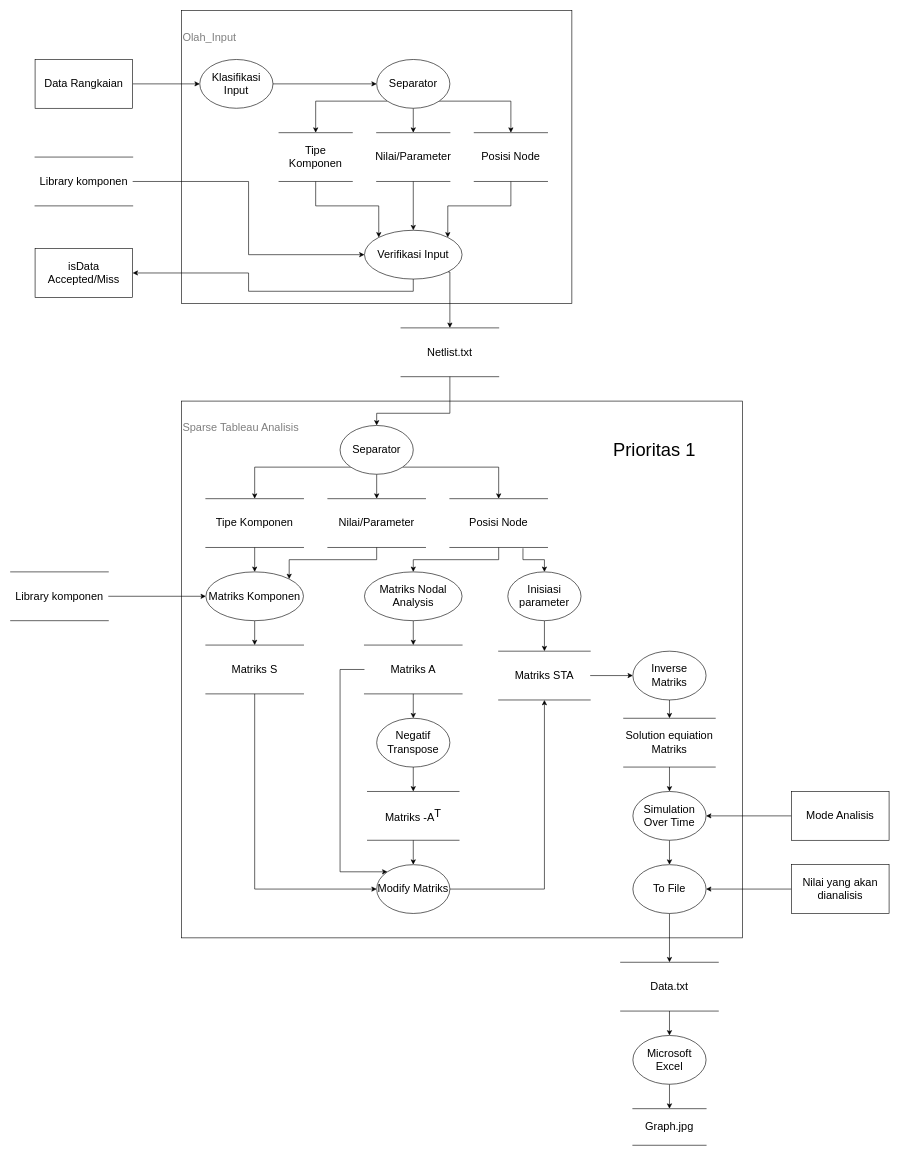
Lucranix28/TugasBesarPMC-LTSpice keeps this draw.io diagram as page "Level_1" (2 of 3) of Data Flow Diagram.drawio. Above is the earlier version. Source tidied: cells renumbered, new cells numbered last; positions are measured from the earlier drawing's top-left corner, leaving out a move shared by most shapes. Both pictures are drawn from the tidied source at 61%, with x=0, y=0 at pixel (10, 10).
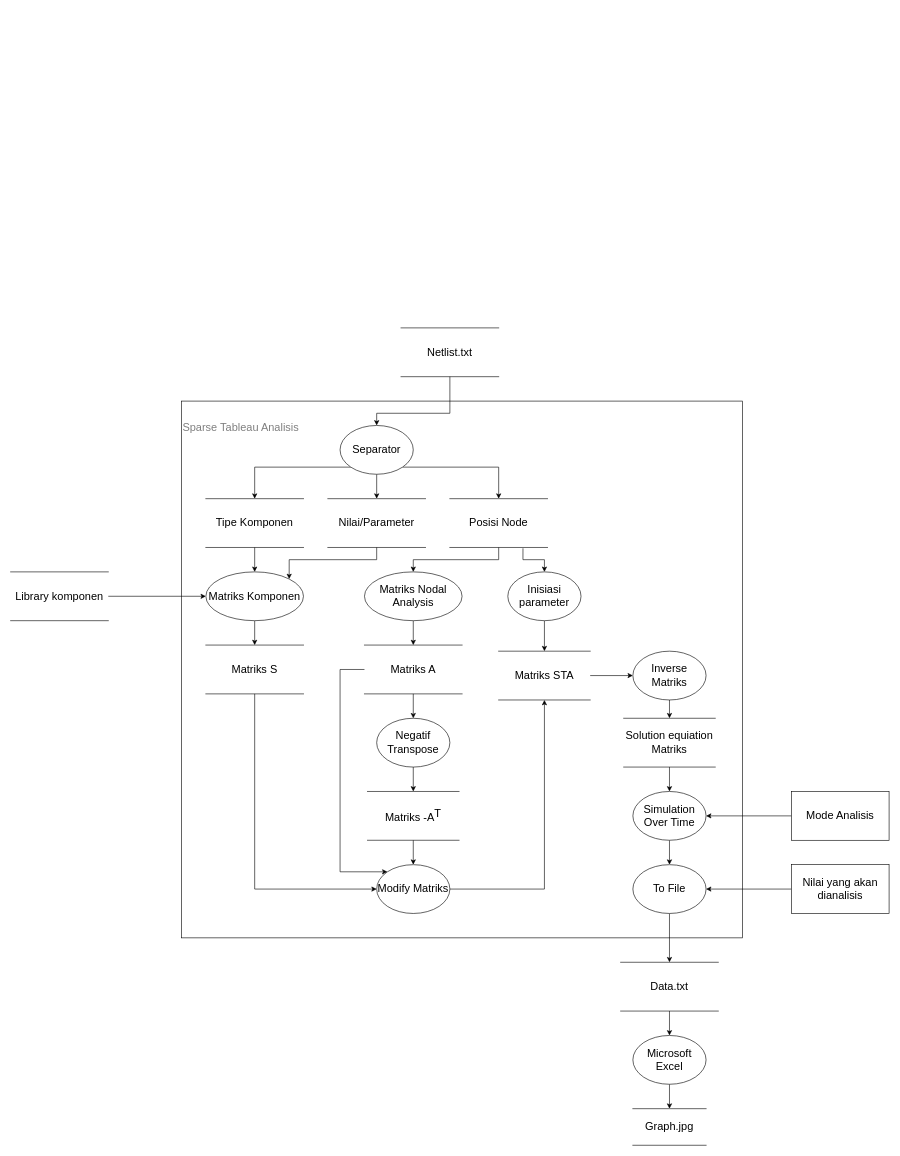
The same diagram, later.

The change refers to these unchanged cells:
```xml
<mxCell id="7" value="Netlist.txt" style="shape=partialRectangle;whiteSpace=wrap;html=1;left=0;right=0;fillColor=none;fontSize=18;" parent="1" vertex="1">
  <mxGeometry x="640" y="520" width="160" height="80" as="geometry" />
</mxCell>
```

Change to the diagram source:
```diff
@@
-    <mxCell id="3" value="&lt;p style=&quot;line-height: 220%; font-size: 18px;&quot;&gt;&lt;font style=&quot;font-size: 18px;&quot;&gt;Olah_Input&lt;/font&gt;&lt;/p&gt;" style="rounded=0;whiteSpace=wrap;html=1;fillColor=none;align=left;textOpacity=50;verticalAlign=top;fontSize=18;" parent="1" vertex="1">
-      <mxGeometry x="280" width="640" height="480" as="geometry" />
-    </mxCell>
-    <mxCell id="4" style="edgeStyle=orthogonalEdgeStyle;rounded=0;jettySize=auto;html=1;exitX=1;exitY=0.5;exitDx=0;exitDy=0;entryX=0;entryY=0.5;entryDx=0;entryDy=0;fontSize=18;" parent="1" edge="1" source="5" target="13">
-      <mxGeometry relative="1" as="geometry" />
-    </mxCell>
-    <mxCell id="5" value="Data Rangkaian" style="rounded=0;whiteSpace=wrap;html=1;fontSize=18;" parent="1" vertex="1">
-      <mxGeometry x="40" y="80" width="160" height="80" as="geometry" />
-    </mxCell>
@@
-    <mxCell id="12" style="edgeStyle=orthogonalEdgeStyle;rounded=0;jettySize=auto;html=1;exitX=1;exitY=0.5;exitDx=0;exitDy=0;entryX=0;entryY=0.5;entryDx=0;entryDy=0;fontSize=18;" parent="1" edge="1" source="13" target="26">
-      <mxGeometry relative="1" as="geometry" />
-    </mxCell>
-    <mxCell id="13" value="Klasifikasi Input" style="ellipse;whiteSpace=wrap;html=1;fontSize=18;" parent="1" vertex="1">
-      <mxGeometry x="310" y="80" width="120" height="80" as="geometry" />
-    </mxCell>
-    <mxCell id="14" style="edgeStyle=orthogonalEdgeStyle;rounded=0;jettySize=auto;html=1;exitX=1;exitY=0.5;exitDx=0;exitDy=0;entryX=0;entryY=0.5;entryDx=0;entryDy=0;fontSize=18;" parent="1" edge="1" source="15" target="35">
-      <mxGeometry relative="1" as="geometry" />
-    </mxCell>
-    <mxCell id="15" value="Library komponen" style="shape=partialRectangle;whiteSpace=wrap;html=1;left=0;right=0;fillColor=none;fontSize=18;" parent="1" vertex="1">
-      <mxGeometry x="40" y="240" width="160" height="80" as="geometry" />
-    </mxCell>
@@
-    <mxCell id="22" value="isData Accepted/Miss" style="rounded=0;whiteSpace=wrap;html=1;fontSize=18;" parent="1" vertex="1">
-      <mxGeometry x="40" y="390" width="160" height="80" as="geometry" />
-    </mxCell>
-    <mxCell id="23" style="edgeStyle=orthogonalEdgeStyle;rounded=0;jettySize=auto;html=1;exitX=0;exitY=1;exitDx=0;exitDy=0;entryX=0.5;entryY=0;entryDx=0;entryDy=0;fontSize=18;" parent="1" edge="1" source="26" target="28">
-      <mxGeometry relative="1" as="geometry" />
-    </mxCell>
-    <mxCell id="24" style="edgeStyle=orthogonalEdgeStyle;rounded=0;jettySize=auto;html=1;exitX=0.5;exitY=1;exitDx=0;exitDy=0;entryX=0.5;entryY=0;entryDx=0;entryDy=0;fontSize=18;" parent="1" edge="1" source="26" target="30">
-      <mxGeometry relative="1" as="geometry" />
-    </mxCell>
-    <mxCell id="25" style="edgeStyle=orthogonalEdgeStyle;rounded=0;jettySize=auto;html=1;exitX=1;exitY=1;exitDx=0;exitDy=0;entryX=0.5;entryY=0;entryDx=0;entryDy=0;fontSize=18;" parent="1" edge="1" source="26" target="32">
-      <mxGeometry relative="1" as="geometry" />
-    </mxCell>
-    <mxCell id="26" value="Separator" style="ellipse;whiteSpace=wrap;html=1;fontSize=18;" parent="1" vertex="1">
-      <mxGeometry x="600" y="80" width="120" height="80" as="geometry" />
-    </mxCell>
-    <mxCell id="27" style="edgeStyle=orthogonalEdgeStyle;rounded=0;jettySize=auto;html=1;exitX=0.5;exitY=1;exitDx=0;exitDy=0;entryX=0;entryY=0;entryDx=0;entryDy=0;fontSize=18;" parent="1" edge="1" source="28" target="35">
-      <mxGeometry relative="1" as="geometry" />
-    </mxCell>
-    <mxCell id="28" value="Tipe Komponen" style="shape=partialRectangle;whiteSpace=wrap;html=1;left=0;right=0;fillColor=none;fontSize=18;" parent="1" vertex="1">
-      <mxGeometry x="440" y="200" width="120" height="80" as="geometry" />
-    </mxCell>
-    <mxCell id="29" style="edgeStyle=orthogonalEdgeStyle;rounded=0;jettySize=auto;html=1;exitX=0.5;exitY=1;exitDx=0;exitDy=0;entryX=0.5;entryY=0;entryDx=0;entryDy=0;fontSize=18;" parent="1" edge="1" source="30" target="35">
-      <mxGeometry relative="1" as="geometry" />
-    </mxCell>
-    <mxCell id="30" value="Nilai/Parameter" style="shape=partialRectangle;whiteSpace=wrap;html=1;left=0;right=0;fillColor=none;fontSize=18;" parent="1" vertex="1">
-      <mxGeometry x="600" y="200" width="120" height="80" as="geometry" />
-    </mxCell>
-    <mxCell id="31" style="edgeStyle=orthogonalEdgeStyle;rounded=0;jettySize=auto;html=1;exitX=0.5;exitY=1;exitDx=0;exitDy=0;entryX=1;entryY=0;entryDx=0;entryDy=0;fontSize=18;" parent="1" edge="1" source="32" target="35">
-      <mxGeometry relative="1" as="geometry">
-        <Array as="points">
-          <mxPoint x="820" y="320" />
-          <mxPoint x="717" y="320" />
-        </Array>
-      </mxGeometry>
-    </mxCell>
-    <mxCell id="32" value="Posisi Node" style="shape=partialRectangle;whiteSpace=wrap;html=1;left=0;right=0;fillColor=none;fontSize=18;" parent="1" vertex="1">
-      <mxGeometry x="760" y="200" width="120" height="80" as="geometry" />
-    </mxCell>
-    <mxCell id="33" style="edgeStyle=orthogonalEdgeStyle;rounded=0;jettySize=auto;html=1;exitX=0.5;exitY=1;exitDx=0;exitDy=0;entryX=1;entryY=0.5;entryDx=0;entryDy=0;fontSize=18;" parent="1" edge="1" source="35" target="22">
-      <mxGeometry relative="1" as="geometry" />
-    </mxCell>
-    <mxCell id="34" style="edgeStyle=orthogonalEdgeStyle;rounded=0;jettySize=auto;html=1;exitX=1;exitY=1;exitDx=0;exitDy=0;entryX=0.5;entryY=0;entryDx=0;entryDy=0;fontSize=18;" parent="1" edge="1" source="35" target="7">
-      <mxGeometry relative="1" as="geometry">
-        <Array as="points">
-          <mxPoint x="720" y="428" />
-        </Array>
-      </mxGeometry>
-    </mxCell>
-    <mxCell id="35" value="Verifikasi Input" style="ellipse;whiteSpace=wrap;html=1;fontSize=18;" parent="1" vertex="1">
-      <mxGeometry x="580" y="360" width="160" height="80" as="geometry" />
-    </mxCell>
@@
     <mxCell id="47" style="edgeStyle=orthogonalEdgeStyle;rounded=0;orthogonalLoop=1;jettySize=auto;html=1;exitX=0.5;exitY=1;exitDx=0;exitDy=0;entryX=0.5;entryY=0;entryDx=0;entryDy=0;" parent="1" edge="1">
       <mxGeometry relative="1" as="geometry">
-        <mxPoint x="400" y="1000" as="sourcePoint" />
+        <mxPoint x="440" y="1520" as="sourcePoint" />
       </mxGeometry>
     </mxCell>
@@
-    <mxCell id="76" value="&lt;font style=&quot;font-size: 30px&quot;&gt;Prioritas 1&lt;/font&gt;" style="text;html=1;align=center;verticalAlign=middle;" parent="1" vertex="1">
-      <mxGeometry x="980" y="705" width="150" height="30" as="geometry" />
-    </mxCell>
```
